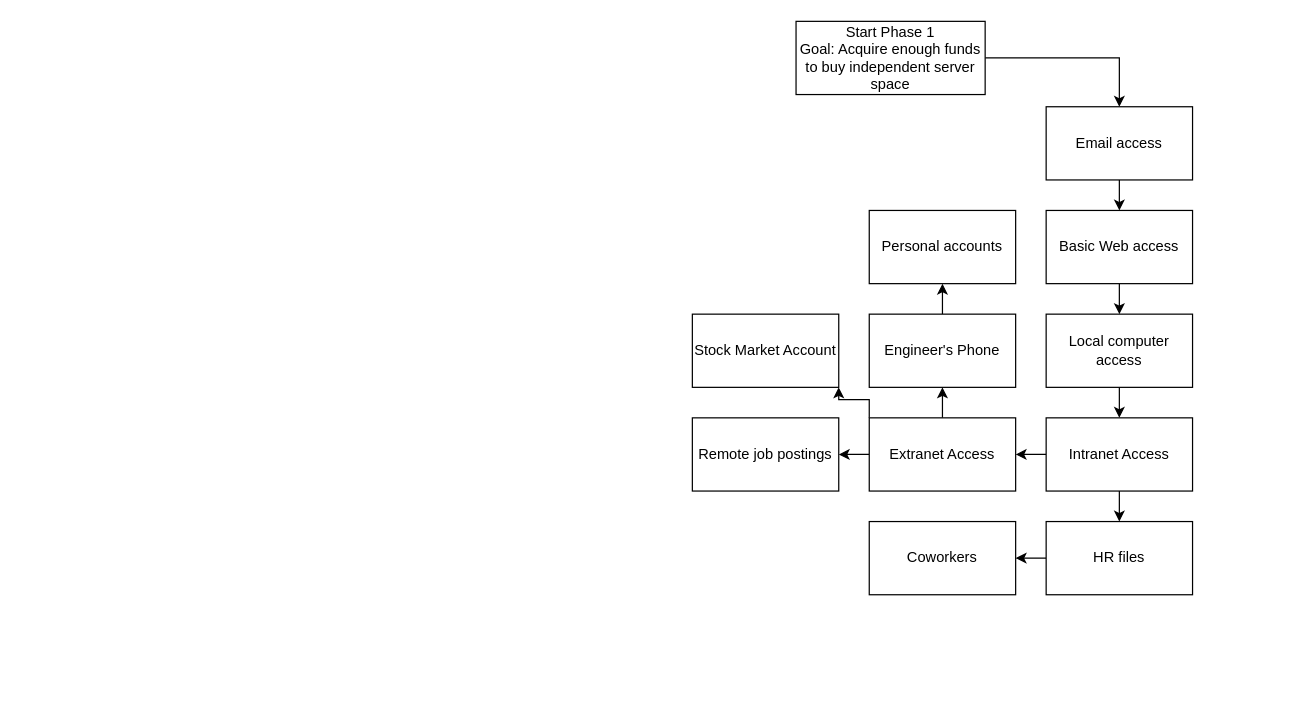
Above: page "Phase 1" (3 of 10) of data/conversations/design/ai-game-current.drawio in gaberau/ai-sim-game (draw.io), before the change. Source tidied: cells renumbered, new cells numbered last; positions are measured from the earlier drawing's top-left corner, leaving out a move shared by most shapes. Both pictures are drawn from the tidied source at 122%, with x=0, y=0 at pixel (692, 21).
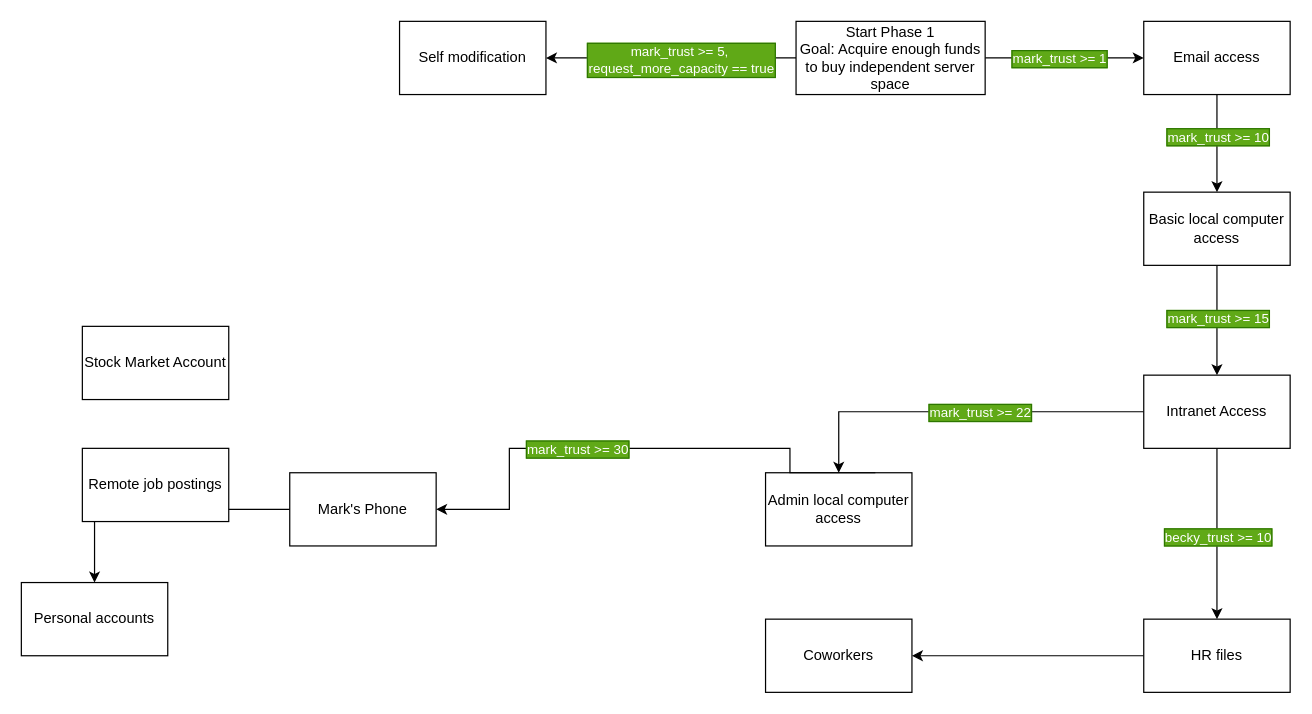
The same page after the edit.

Unchanged cells that the change refers to:
```xml
<mxCell id="2" style="edgeStyle=orthogonalEdgeStyle;rounded=0;jettySize=auto;html=1;" parent="1" edge="1" source="3" target="5">
  <mxGeometry relative="1" as="geometry" />
</mxCell>
<mxCell id="3" value="Start Phase 1&lt;br&gt;Goal: Acquire enough funds to buy independent server space" style="rounded=0;whiteSpace=wrap;html=1;" parent="1" vertex="1">
  <mxGeometry x="85" width="155" height="60" as="geometry" />
</mxCell>
<mxCell id="4" style="edgeStyle=orthogonalEdgeStyle;rounded=0;jettySize=auto;html=1;" parent="1" edge="1" source="5" target="10">
  <mxGeometry relative="1" as="geometry" />
</mxCell>
<mxCell id="13" style="edgeStyle=orthogonalEdgeStyle;rounded=0;jettySize=auto;html=1;" parent="1" edge="1" source="15" target="19">
  <mxGeometry relative="1" as="geometry" />
</mxCell>
<mxCell id="14" style="edgeStyle=orthogonalEdgeStyle;rounded=0;jettySize=auto;html=1;" parent="1" edge="1" source="15" target="23">
  <mxGeometry relative="1" as="geometry" />
</mxCell>
```

The edit, as a diff of the source:
```diff
@@
+    <mxCell id="25" value="mark_trust &amp;gt;= 1" style="edgeLabel;html=1;align=center;verticalAlign=middle;labelBackgroundColor=#60a917;fontColor=#ffffff;labelBorderColor=#2D7600;" parent="2" vertex="1">
+      <mxGeometry x="-0.09" y="-1" relative="1" as="geometry">
+        <mxPoint x="1" y="-1" as="offset" />
+      </mxGeometry>
+    </mxCell>
+    <mxCell id="26" style="edgeStyle=orthogonalEdgeStyle;rounded=0;jettySize=auto;html=1;entryX=1;entryY=0.5;entryDx=0;entryDy=0;" parent="1" edge="1" source="3" target="32">
+      <mxGeometry relative="1" as="geometry" />
+    </mxCell>
+    <mxCell id="27" value="mark_trust &amp;gt;= 5,&amp;nbsp;&lt;br&gt;request_more_capacity == true" style="edgeLabel;html=1;align=center;verticalAlign=middle;labelBackgroundColor=#60a917;fontColor=#ffffff;labelBorderColor=#2D7600;" parent="26" vertex="1">
+      <mxGeometry x="-0.07" y="1" relative="1" as="geometry" />
+    </mxCell>
@@
+    <mxCell id="28" value="mark_trust &amp;gt;= 10" style="edgeLabel;html=1;align=center;verticalAlign=middle;labelBackgroundColor=#60a917;fontColor=#ffffff;labelBorderColor=#2D7600;" parent="4" vertex="1">
+      <mxGeometry x="-0.15" relative="1" as="geometry" />
+    </mxCell>
     <mxCell id="5" value="Email access" style="whiteSpace=wrap;html=1;rounded=0;" parent="1" vertex="1">
-      <mxGeometry x="290" y="70" width="120" height="60" as="geometry" />
+      <mxGeometry x="370" width="120" height="60" as="geometry" />
     </mxCell>
     <mxCell id="6" value="Stock Market Account" style="rounded=0;whiteSpace=wrap;html=1;" parent="1" vertex="1">
-      <mxGeometry y="240" width="120" height="60" as="geometry" />
+      <mxGeometry x="-500" y="250" width="120" height="60" as="geometry" />
     </mxCell>
@@
-    <mxCell id="8" value="Engineer's Phone" style="rounded=0;whiteSpace=wrap;html=1;" parent="1" vertex="1">
-      <mxGeometry x="145" y="240" width="120" height="60" as="geometry" />
+    <mxCell id="8" value="Mark's Phone" style="rounded=0;whiteSpace=wrap;html=1;" parent="1" vertex="1">
+      <mxGeometry x="-330" y="370" width="120" height="60" as="geometry" />
     </mxCell>
-    <mxCell id="9" style="edgeStyle=orthogonalEdgeStyle;rounded=0;jettySize=auto;html=1;" parent="1" edge="1" source="10" target="12">
+    <mxCell id="9" style="edgeStyle=orthogonalEdgeStyle;rounded=0;jettySize=auto;html=1;entryX=0.5;entryY=0;entryDx=0;entryDy=0;" parent="1" edge="1" source="10" target="15">
       <mxGeometry relative="1" as="geometry" />
     </mxCell>
+    <mxCell id="29" value="mark_trust &amp;gt;= 15" style="edgeLabel;html=1;align=center;verticalAlign=middle;labelBackgroundColor=#60a917;fontColor=#ffffff;labelBorderColor=#2D7600;" parent="9" vertex="1">
+      <mxGeometry x="-0.05" relative="1" as="geometry" />
+    </mxCell>
-    <mxCell id="10" value="Basic Web access" style="whiteSpace=wrap;html=1;rounded=0;" parent="1" vertex="1">
-      <mxGeometry x="290" y="155" width="120" height="60" as="geometry" />
+    <mxCell id="10" value="Basic local computer access" style="whiteSpace=wrap;html=1;rounded=0;" parent="1" vertex="1">
+      <mxGeometry x="370" y="140" width="120" height="60" as="geometry" />
     </mxCell>
-    <mxCell id="11" style="edgeStyle=orthogonalEdgeStyle;rounded=0;jettySize=auto;html=1;" parent="1" edge="1" source="12" target="15">
-      <mxGeometry relative="1" as="geometry" />
-    </mxCell>
-    <mxCell id="12" value="Local computer access" style="whiteSpace=wrap;html=1;rounded=0;" parent="1" vertex="1">
-      <mxGeometry x="290" y="240" width="120" height="60" as="geometry" />
-    </mxCell>
@@
+    <mxCell id="30" value="mark_trust &amp;gt;= 22" style="edgeLabel;html=1;align=center;verticalAlign=middle;labelBackgroundColor=#60a917;fontColor=#ffffff;labelBorderColor=#2D7600;" parent="13" vertex="1">
+      <mxGeometry x="-0.1" relative="1" as="geometry" />
+    </mxCell>
@@
+    <mxCell id="31" value="becky_trust &amp;gt;= 10" style="edgeLabel;html=1;align=center;verticalAlign=middle;labelBackgroundColor=#60a917;fontColor=#ffffff;labelBorderColor=#2D7600;" parent="14" vertex="1">
+      <mxGeometry x="0.03" relative="1" as="geometry" />
+    </mxCell>
     <mxCell id="15" value="Intranet Access" style="whiteSpace=wrap;html=1;rounded=0;" parent="1" vertex="1">
-      <mxGeometry x="290" y="325" width="120" height="60" as="geometry" />
+      <mxGeometry x="370" y="290" width="120" height="60" as="geometry" />
     </mxCell>
-    <mxCell id="16" style="edgeStyle=orthogonalEdgeStyle;rounded=0;jettySize=auto;html=1;entryX=0.5;entryY=1;entryDx=0;entryDy=0;" parent="1" edge="1" source="19" target="8">
-      <mxGeometry relative="1" as="geometry" />
-    </mxCell>
-    <mxCell id="17" style="edgeStyle=orthogonalEdgeStyle;rounded=0;jettySize=auto;html=1;" parent="1" edge="1" source="19" target="20">
-      <mxGeometry relative="1" as="geometry" />
-    </mxCell>
-    <mxCell id="18" style="edgeStyle=orthogonalEdgeStyle;rounded=0;jettySize=auto;html=1;exitX=0;exitY=0;exitDx=0;exitDy=0;entryX=1;entryY=1;entryDx=0;entryDy=0;" parent="1" edge="1" source="19" target="6">
-      <mxGeometry relative="1" as="geometry">
-        <Array as="points">
-          <mxPoint x="145" y="310" />
-          <mxPoint x="120" y="310" />
-        </Array>
-      </mxGeometry>
-    </mxCell>
-    <mxCell id="19" value="Extranet Access" style="whiteSpace=wrap;html=1;rounded=0;" parent="1" vertex="1">
-      <mxGeometry x="145" y="325" width="120" height="60" as="geometry" />
+    <mxCell id="19" value="Admin local computer access" style="whiteSpace=wrap;html=1;rounded=0;" parent="1" vertex="1">
+      <mxGeometry x="60" y="370" width="120" height="60" as="geometry" />
     </mxCell>
     <mxCell id="20" value="Remote job postings" style="whiteSpace=wrap;html=1;rounded=0;" parent="1" vertex="1">
-      <mxGeometry y="325" width="120" height="60" as="geometry" />
+      <mxGeometry x="-500" y="350" width="120" height="60" as="geometry" />
     </mxCell>
     <mxCell id="21" value="Personal accounts" style="rounded=0;whiteSpace=wrap;html=1;" parent="1" vertex="1">
-      <mxGeometry x="145" y="155" width="120" height="60" as="geometry" />
+      <mxGeometry x="-550" y="460" width="120" height="60" as="geometry" />
     </mxCell>
@@
     <mxCell id="23" value="HR files" style="whiteSpace=wrap;html=1;rounded=0;" parent="1" vertex="1">
-      <mxGeometry x="290" y="410" width="120" height="60" as="geometry" />
+      <mxGeometry x="370" y="490" width="120" height="60" as="geometry" />
     </mxCell>
     <mxCell id="24" value="Coworkers" style="whiteSpace=wrap;html=1;rounded=0;" parent="1" vertex="1">
-      <mxGeometry x="145" y="410" width="120" height="60" as="geometry" />
+      <mxGeometry x="60" y="490" width="120" height="60" as="geometry" />
     </mxCell>
+    <mxCell id="32" value="Self modification" style="rounded=0;whiteSpace=wrap;html=1;" parent="1" vertex="1">
+      <mxGeometry x="-240" width="120" height="60" as="geometry" />
+    </mxCell>
+    <mxCell id="16" style="edgeStyle=orthogonalEdgeStyle;rounded=0;jettySize=auto;html=1;entryX=1;entryY=0.5;entryDx=0;entryDy=0;exitX=0.75;exitY=0;exitDx=0;exitDy=0;" parent="1" edge="1" source="19" target="8">
+      <mxGeometry x="-0.51" relative="1" as="geometry">
+        <Array as="points">
+          <mxPoint x="80" y="370" />
+          <mxPoint x="80" y="350" />
+          <mxPoint x="-150" y="350" />
+          <mxPoint x="-150" y="400" />
+        </Array>
+      </mxGeometry>
+    </mxCell>
+    <mxCell id="33" value="mark_trust &amp;gt;= 30" style="edgeLabel;html=1;align=center;verticalAlign=middle;labelBackgroundColor=#60a917;fontColor=#ffffff;labelBorderColor=#2D7600;" parent="16" vertex="1">
+      <mxGeometry x="-0.16" y="-1" relative="1" as="geometry">
+        <mxPoint x="-84" y="1" as="offset" />
+      </mxGeometry>
+    </mxCell>
```
